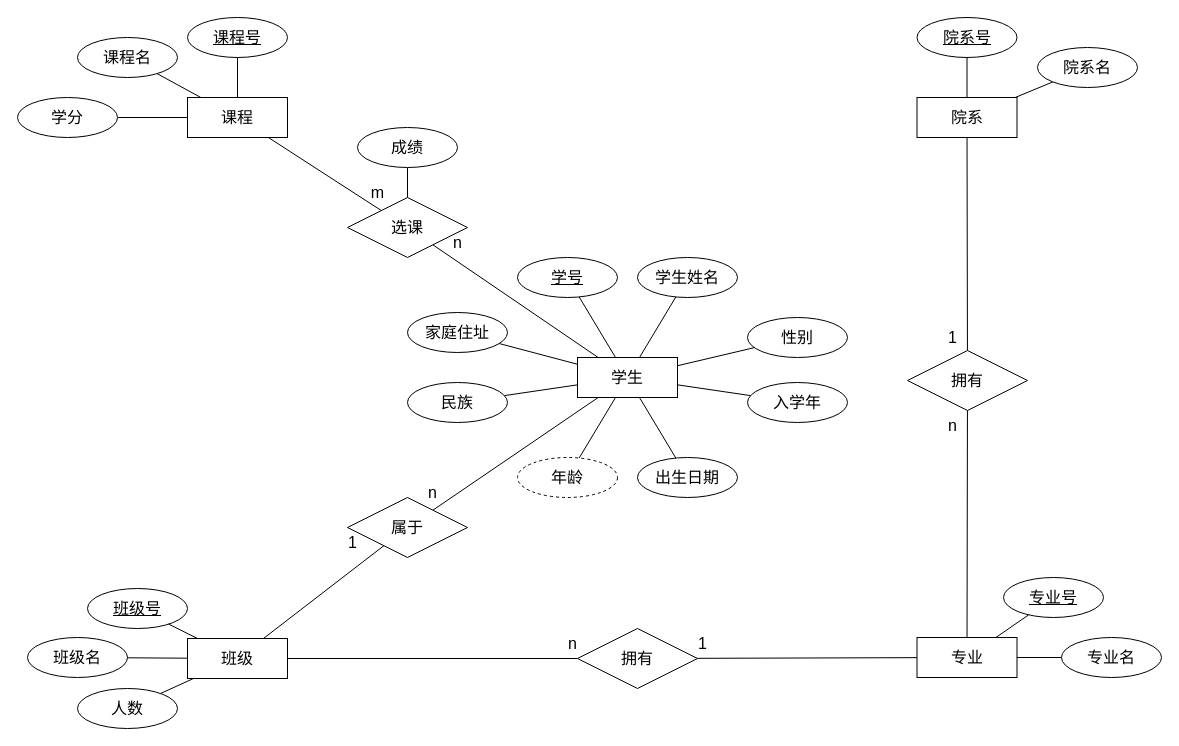
Before: school-management-sql/er.drawio in NanceTide/SchoolManagement, a draw.io diagram. Source tidied: cells renumbered, new cells numbered last; positions are measured from the earlier drawing's top-left corner, leaving out a move shared by most shapes. Both pictures are drawn from the tidied source at 100%, with x=0, y=0 at pixel (17, 17).
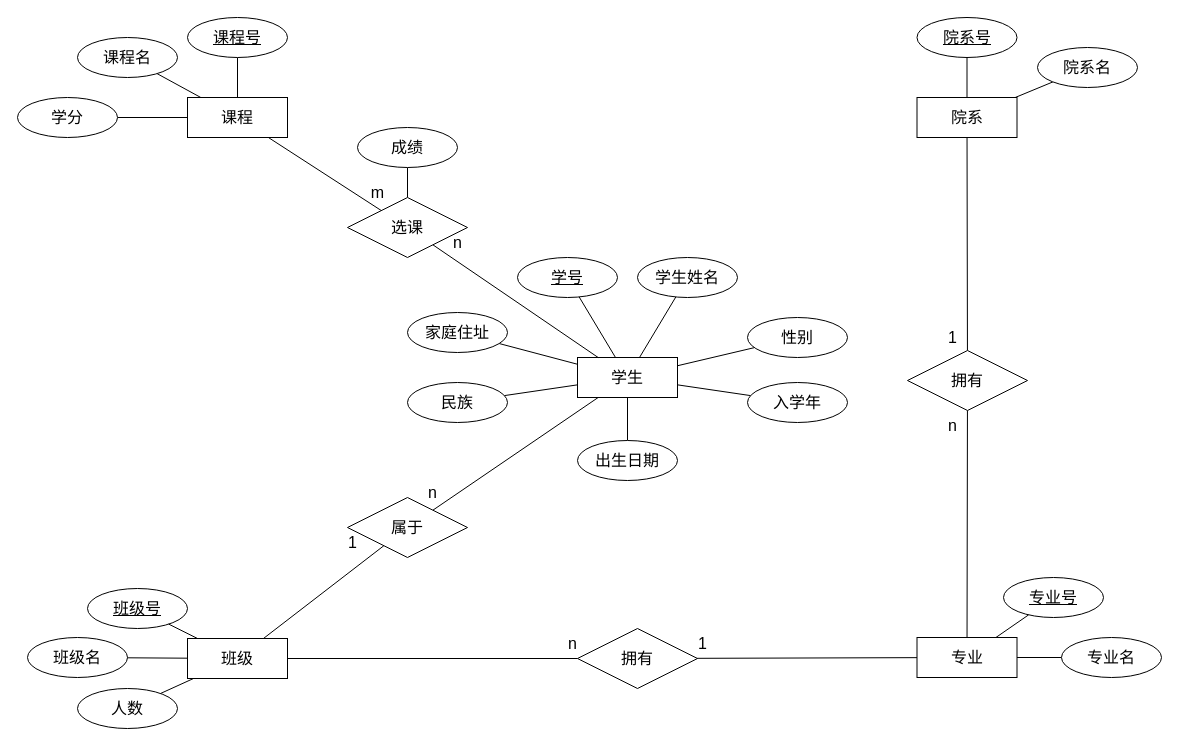
The same diagram, later.

Unchanged cells that the change refers to:
```xml
<mxCell id="11" value="学生" style="whiteSpace=wrap;html=1;align=center;rounded=0;fontSize=16;" parent="1" vertex="1">
  <mxGeometry x="560" y="340" width="100" height="40" as="geometry" />
</mxCell>
```

Diff of the diagram source:
```diff
@@
-    <mxCell id="10" style="edgeStyle=none;html=1;fontSize=16;endArrow=none;endFill=0;" parent="1" edge="1" source="11" target="46">
-      <mxGeometry relative="1" as="geometry" />
-    </mxCell>
@@
     <mxCell id="15" value="出生日期" style="ellipse;whiteSpace=wrap;html=1;align=center;rounded=0;fontSize=16;" parent="1" vertex="1">
-      <mxGeometry x="620" y="440" width="100" height="40" as="geometry" />
+      <mxGeometry x="560" y="423" width="100" height="40" as="geometry" />
     </mxCell>
@@
-    <mxCell id="46" value="年龄" style="ellipse;whiteSpace=wrap;html=1;align=center;dashed=1;fontSize=16;" parent="1" vertex="1">
-      <mxGeometry x="500" y="440" width="100" height="40" as="geometry" />
-    </mxCell>
```
